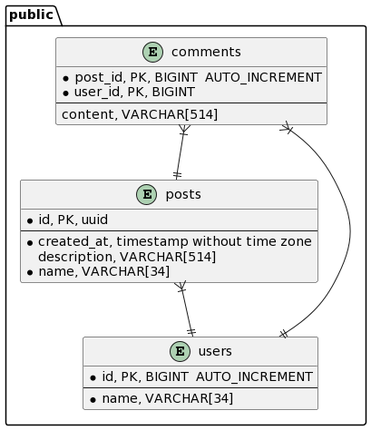
This is bin/example.png from epsxy/flower, a PlantUML export, as it was before one commit.
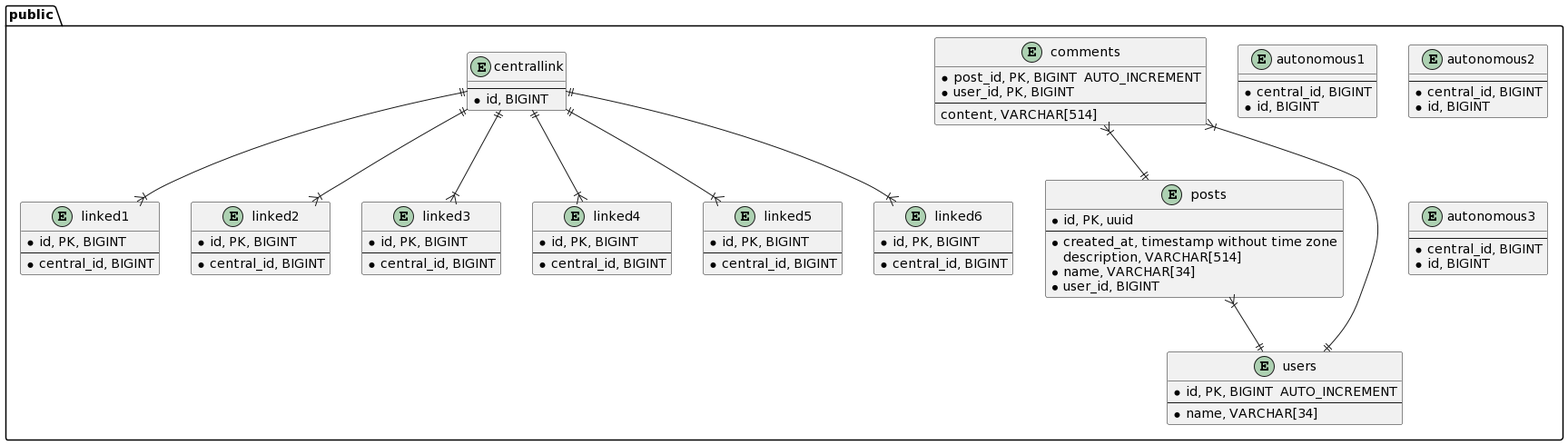
Later version of the same file.

The edit, as a diff of the source:
```diff
@@ -5,6 +5,7 @@
 	* created_at, timestamp without time zone
 	  description, VARCHAR[514]
 	* name, VARCHAR[34]
+	* user_id, BIGINT
 }
 entity public.users {
 	* id, PK, BIGINT  AUTO_INCREMENT
@@ -17,7 +18,62 @@
 --
 	  content, VARCHAR[514]
 }
+entity public.autonomous1 {
+--
+	* central_id, BIGINT
+	* id, BIGINT
+}
+entity public.autonomous2 {
+--
+	* central_id, BIGINT
+	* id, BIGINT
+}
+entity public.autonomous3 {
+--
+	* central_id, BIGINT
+	* id, BIGINT
+}
+entity public.linked1 {
+	* id, PK, BIGINT
+--
+	* central_id, BIGINT
+}
+entity public.linked2 {
+	* id, PK, BIGINT
+--
+	* central_id, BIGINT
+}
+entity public.linked3 {
+	* id, PK, BIGINT
+--
+	* central_id, BIGINT
+}
+entity public.linked4 {
+	* id, PK, BIGINT
+--
+	* central_id, BIGINT
+}
+entity public.linked5 {
+	* id, PK, BIGINT
+--
+	* central_id, BIGINT
+}
+entity public.linked6 {
+	* id, PK, BIGINT
+--
+	* central_id, BIGINT
+}
+entity public.centrallink {
+--
+	* id, BIGINT
+}
 public.posts }|--|| public.users
 public.comments }|--|| public.posts
 public.comments }|--|| public.users
+public.centrallink ||--|{ public.linked1
+public.centrallink ||--|{ public.linked2
+public.centrallink ||--|{ public.linked3
+public.centrallink ||--|{ public.linked4
+public.centrallink ||--|{ public.linked5
+public.centrallink ||--|{ public.linked6
 @enduml
```
